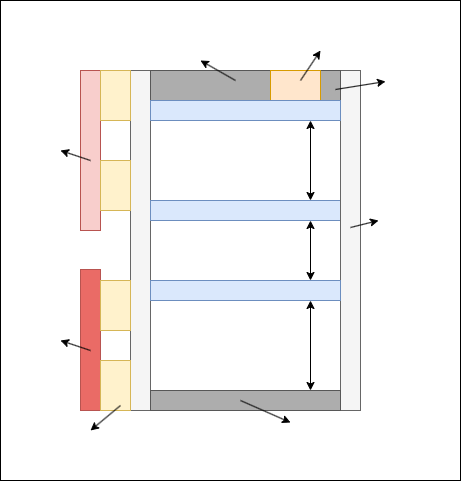
Earlier version of the draw.io export honeycomb_board_kunci_elektrik_menkongqi.png (rfih/Doorframe). Source tidied: cells renumbered, new cells last; positions are measured from the earlier drawing's top-left corner, leaving out a move shared by most shapes. Its diagram source:
```xml
<mxGraphModel>
  <root>
    <mxCell id="0" />
    <mxCell id="1" parent="0" />
    <mxCell id="2" style="rounded=0;whiteSpace=wrap;html=1;" parent="1" vertex="1">
      <mxGeometry width="460" height="480" as="geometry" />
    </mxCell>
    <mxCell id="3" style="rounded=0;whiteSpace=wrap;html=1;fillColor=#f5f5f5;fontColor=#333333;strokeColor=#666666;" parent="1" vertex="1">
      <mxGeometry x="130" y="70" width="20" height="340" as="geometry" />
    </mxCell>
    <mxCell id="4" style="rounded=0;whiteSpace=wrap;html=1;fillColor=#dae8fc;strokeColor=#6c8ebf;" parent="1" vertex="1">
      <mxGeometry x="150" y="200" width="190" height="20" as="geometry" />
    </mxCell>
    <mxCell id="5" style="rounded=0;whiteSpace=wrap;html=1;fillColor=#f5f5f5;fontColor=#333333;strokeColor=#666666;" parent="1" vertex="1">
      <mxGeometry x="340" y="70" width="20" height="340" as="geometry" />
    </mxCell>
    <mxCell id="6" style="rounded=0;whiteSpace=wrap;html=1;fillColor=#dae8fc;strokeColor=#6c8ebf;" parent="1" vertex="1">
      <mxGeometry x="150" y="280" width="190" height="20" as="geometry" />
    </mxCell>
    <mxCell id="7" style="rounded=0;whiteSpace=wrap;html=1;fillColor=#ADADAD;strokeColor=#575757;fontColor=#333333;" parent="1" vertex="1">
      <mxGeometry x="150" y="70" width="120" height="30" as="geometry" />
    </mxCell>
    <mxCell id="8" style="rounded=0;whiteSpace=wrap;html=1;fillColor=#ADADAD;strokeColor=#575757;fontColor=#333333;" parent="1" vertex="1">
      <mxGeometry x="150" y="390" width="190" height="20" as="geometry" />
    </mxCell>
    <mxCell id="9" style="endArrow=classic;html=1;rounded=0;" parent="1" edge="1">
      <mxGeometry relative="1" as="geometry">
        <mxPoint x="350" y="227" as="sourcePoint" />
        <mxPoint x="378" y="220" as="targetPoint" />
      </mxGeometry>
    </mxCell>
    <mxCell id="10" style="rounded=0;whiteSpace=wrap;html=1;fillColor=#ADADAD;strokeColor=#575757;fontColor=#333333;" parent="1" vertex="1">
      <mxGeometry x="320" y="70" width="20" height="30" as="geometry" />
    </mxCell>
    <mxCell id="11" style="rounded=0;whiteSpace=wrap;html=1;fillColor=#ffe6cc;strokeColor=#d79b00;" parent="1" vertex="1">
      <mxGeometry x="270" y="70" width="50" height="30" as="geometry" />
    </mxCell>
    <mxCell id="12" style="endArrow=classic;html=1;rounded=0;" parent="1" edge="1">
      <mxGeometry relative="1" as="geometry">
        <mxPoint x="300" y="80" as="sourcePoint" />
        <mxPoint x="320" y="50" as="targetPoint" />
      </mxGeometry>
    </mxCell>
    <mxCell id="13" style="rounded=0;whiteSpace=wrap;html=1;fillColor=#f8cecc;strokeColor=#B85450;" parent="1" vertex="1">
      <mxGeometry x="80" y="70" width="20" height="160" as="geometry" />
    </mxCell>
    <mxCell id="14" style="rounded=0;whiteSpace=wrap;html=1;fillColor=#EA6B66;strokeColor=#B85450;" parent="1" vertex="1">
      <mxGeometry x="80" y="269" width="20" height="141" as="geometry" />
    </mxCell>
    <mxCell id="15" style="rounded=0;whiteSpace=wrap;html=1;fillColor=#fff2cc;strokeColor=#d6b656;" parent="1" vertex="1">
      <mxGeometry x="100" y="280" width="30" height="50" as="geometry" />
    </mxCell>
    <mxCell id="16" style="rounded=0;whiteSpace=wrap;html=1;fillColor=#fff2cc;strokeColor=#d6b656;" parent="1" vertex="1">
      <mxGeometry x="100" y="360" width="30" height="50" as="geometry" />
    </mxCell>
    <mxCell id="17" style="rounded=0;whiteSpace=wrap;html=1;fillColor=#fff2cc;strokeColor=#d6b656;" parent="1" vertex="1">
      <mxGeometry x="100" y="160" width="30" height="50" as="geometry" />
    </mxCell>
    <mxCell id="18" style="rounded=0;whiteSpace=wrap;html=1;fillColor=#fff2cc;strokeColor=#d6b656;" parent="1" vertex="1">
      <mxGeometry x="100" y="70" width="30" height="50" as="geometry" />
    </mxCell>
    <mxCell id="19" style="endArrow=classic;html=1;rounded=0;" parent="1" edge="1">
      <mxGeometry relative="1" as="geometry">
        <mxPoint x="90" y="160" as="sourcePoint" />
        <mxPoint x="60" y="150" as="targetPoint" />
      </mxGeometry>
    </mxCell>
    <mxCell id="20" style="endArrow=classic;html=1;rounded=0;" parent="1" edge="1">
      <mxGeometry relative="1" as="geometry">
        <mxPoint x="90" y="350" as="sourcePoint" />
        <mxPoint x="60" y="340" as="targetPoint" />
      </mxGeometry>
    </mxCell>
    <mxCell id="21" style="endArrow=classic;html=1;rounded=0;" parent="1" edge="1">
      <mxGeometry relative="1" as="geometry">
        <mxPoint x="120" y="405" as="sourcePoint" />
        <mxPoint x="90" y="430" as="targetPoint" />
      </mxGeometry>
    </mxCell>
    <mxCell id="22" style="endArrow=classic;html=1;rounded=0;" parent="1" edge="1">
      <mxGeometry relative="1" as="geometry">
        <mxPoint x="235" y="80" as="sourcePoint" />
        <mxPoint x="200" y="60" as="targetPoint" />
      </mxGeometry>
    </mxCell>
    <mxCell id="23" style="endArrow=classic;html=1;rounded=0;" parent="1" edge="1">
      <mxGeometry relative="1" as="geometry">
        <mxPoint x="240" y="400" as="sourcePoint" />
        <mxPoint x="290" y="422" as="targetPoint" />
      </mxGeometry>
    </mxCell>
    <mxCell id="24" style="endArrow=classic;html=1;rounded=0;" parent="1" edge="1">
      <mxGeometry relative="1" as="geometry">
        <mxPoint x="335" y="89" as="sourcePoint" />
        <mxPoint x="385" y="81" as="targetPoint" />
      </mxGeometry>
    </mxCell>
    <mxCell id="25" style="rounded=0;whiteSpace=wrap;html=1;fillColor=#dae8fc;strokeColor=#6c8ebf;" parent="1" vertex="1">
      <mxGeometry x="150" y="100" width="190" height="20" as="geometry" />
    </mxCell>
    <mxCell id="26" style="endArrow=classic;startArrow=classic;html=1;rounded=0;" parent="1" edge="1">
      <mxGeometry relative="1" as="geometry">
        <mxPoint x="310" y="390" as="sourcePoint" />
        <mxPoint x="310" y="300" as="targetPoint" />
      </mxGeometry>
    </mxCell>
    <mxCell id="27" style="endArrow=classic;startArrow=classic;html=1;rounded=0;" parent="1" edge="1">
      <mxGeometry relative="1" as="geometry">
        <mxPoint x="310" y="200" as="sourcePoint" />
        <mxPoint x="310" y="120" as="targetPoint" />
      </mxGeometry>
    </mxCell>
    <mxCell id="28" style="endArrow=classic;startArrow=classic;html=1;rounded=0;" parent="1" edge="1">
      <mxGeometry relative="1" as="geometry">
        <mxPoint x="310" y="280" as="sourcePoint" />
        <mxPoint x="310" y="220" as="targetPoint" />
      </mxGeometry>
    </mxCell>
  </root>
</mxGraphModel>
```
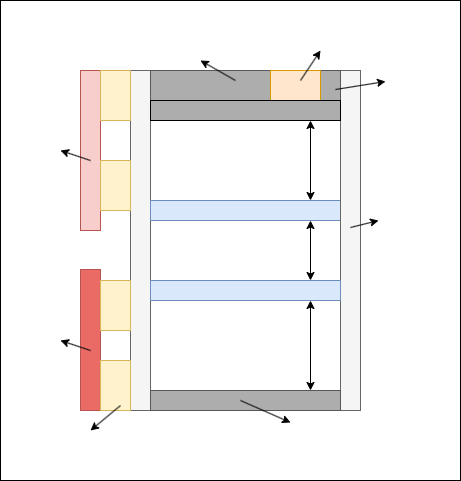
Above is the later version.

Change to the diagram source:
```diff
@@ -95,7 +95,7 @@
         <mxPoint x="385" y="81" as="targetPoint" />
       </mxGeometry>
     </mxCell>
-    <mxCell id="25" style="rounded=0;whiteSpace=wrap;html=1;fillColor=#dae8fc;strokeColor=#6c8ebf;" parent="1" vertex="1">
+    <mxCell id="25" style="rounded=0;whiteSpace=wrap;html=1;fillColor=#ADADAD;strokeColor=#000000;" parent="1" vertex="1">
       <mxGeometry x="150" y="100" width="190" height="20" as="geometry" />
     </mxCell>
     <mxCell id="26" style="endArrow=classic;startArrow=classic;html=1;rounded=0;" parent="1" edge="1">
```
